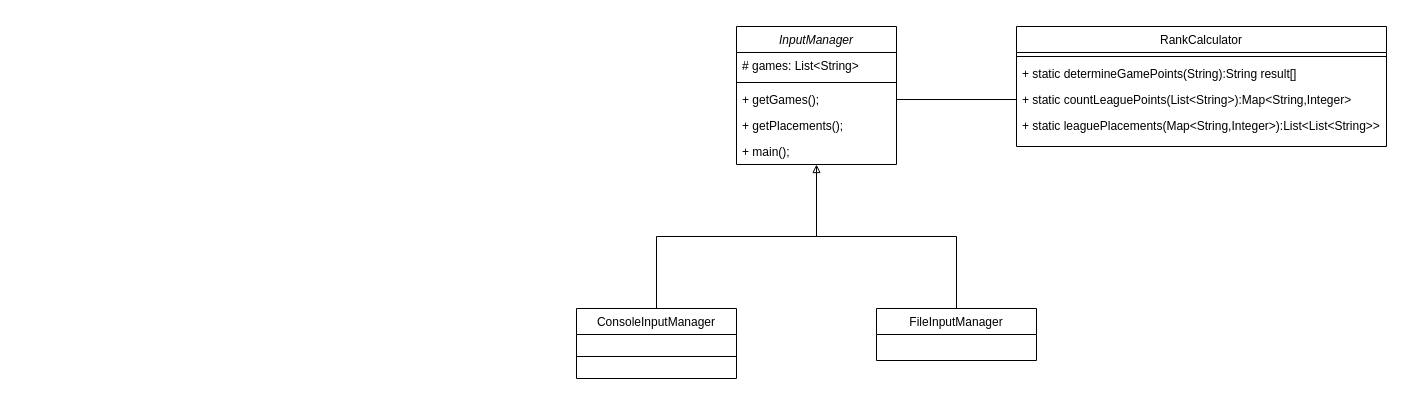
The draw.io diagram ClassDiagram.drawio in ElGamerBroChris/SPAN_INTERVIEW, before the edit. Source tidied: cells renumbered, new cells numbered last; positions are measured from the earlier drawing's top-left corner, leaving out a move shared by most shapes. Both pictures are drawn from the tidied source at 100%, with x=0, y=0 at pixel (576, 26).
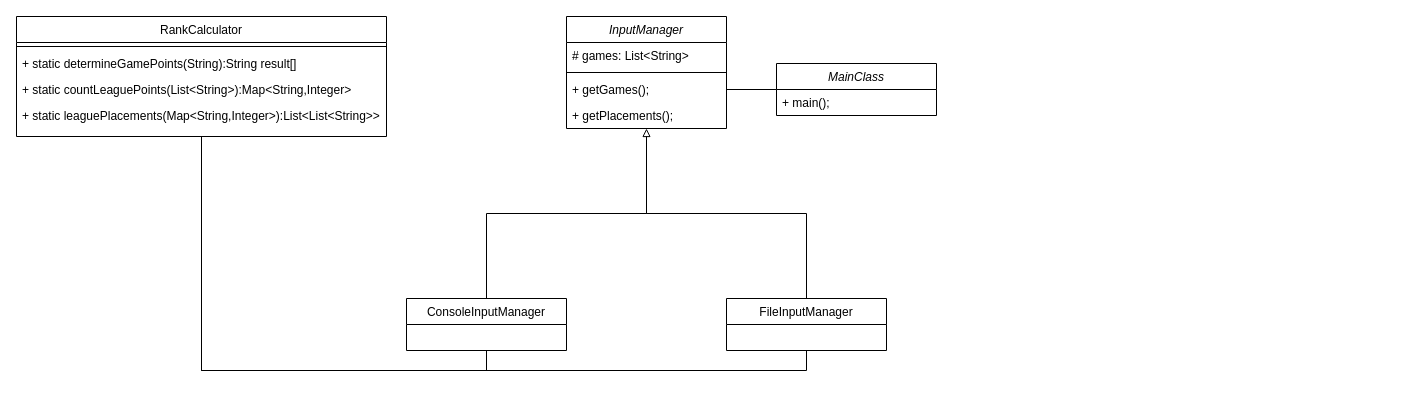
Above is the later version.

Unchanged cells that the change refers to:
```xml
<mxCell id="5" value="+ getGames();" style="text;align=left;verticalAlign=top;spacingLeft=4;spacingRight=4;overflow=hidden;points=[[0,0.5],[1,0.5]];portConstraint=eastwest;" parent="2" vertex="1">
  <mxGeometry y="60" width="160" height="26" as="geometry" />
</mxCell>
<mxCell id="16" value="+ static countLeaguePoints(List&lt;String&gt;):Map&lt;String,Integer&gt;" style="text;align=left;verticalAlign=top;spacingLeft=4;spacingRight=4;overflow=hidden;points=[[0,0.5],[1,0.5]];portConstraint=eastwest;" parent="13" vertex="1">
  <mxGeometry y="60" width="370" height="26" as="geometry" />
</mxCell>
```

Change to the diagram source:
```diff
@@
     <mxCell id="2" value="InputManager" style="swimlane;fontStyle=2;align=center;verticalAlign=top;horizontal=1;startSize=26;rounded=0;shadow=0;strokeWidth=1;" parent="1" vertex="1">
-      <mxGeometry x="160" width="160" height="138" as="geometry" />
+      <mxGeometry x="-10" y="-10" width="160" height="112" as="geometry" />
     </mxCell>
@@
-    <mxCell id="7" value="+ main();" style="text;align=left;verticalAlign=top;spacingLeft=4;spacingRight=4;overflow=hidden;" parent="2" vertex="1">
-      <mxGeometry y="112" width="160" height="26" as="geometry" />
-    </mxCell>
@@
     <mxCell id="9" value="ConsoleInputManager" style="swimlane;fontStyle=0;align=center;verticalAlign=top;horizontal=1;startSize=26;rounded=0;shadow=0;strokeWidth=1;" parent="1" vertex="1">
-      <mxGeometry y="282" width="160" height="70" as="geometry" />
+      <mxGeometry x="-170" y="272" width="160" height="52" as="geometry" />
     </mxCell>
-    <mxCell id="10" style="line;html=1;strokeWidth=1;align=left;verticalAlign=middle;spacingTop=-1;spacingLeft=3;spacingRight=3;labelPosition=right;" parent="9" vertex="1">
-      <mxGeometry y="26" width="160" height="44" as="geometry" />
-    </mxCell>
-    <mxCell id="11" style="edgeStyle=orthogonalEdgeStyle;rounded=0;jettySize=auto;html=1;exitX=0.5;exitY=0;exitDx=0;exitDy=0;endArrow=none;endFill=0;" parent="1" edge="1" source="12">
-      <mxGeometry relative="1" as="geometry">
-        <mxPoint x="240" y="140" as="targetPoint" />
-        <Array as="points">
-          <mxPoint x="380" y="210" />
-          <mxPoint x="240" y="210" />
-        </Array>
-      </mxGeometry>
-    </mxCell>
+    <mxCell id="19" style="edgeStyle=orthogonalEdgeStyle;rounded=0;jettySize=auto;html=1;exitX=0.5;exitY=0;exitDx=0;exitDy=0;endArrow=none;endFill=0;" parent="1" edge="1" source="12">
+      <mxGeometry relative="1" as="geometry">
+        <mxPoint x="70" y="110" as="targetPoint" />
+        <Array as="points">
+          <mxPoint x="230" y="187" />
+          <mxPoint x="70" y="187" />
+        </Array>
+      </mxGeometry>
+    </mxCell>
     <mxCell id="12" value="FileInputManager" style="swimlane;fontStyle=0;align=center;verticalAlign=top;horizontal=1;startSize=26;rounded=0;shadow=0;strokeWidth=1;" parent="1" vertex="1">
-      <mxGeometry x="300" y="282" width="160" height="52" as="geometry" />
+      <mxGeometry x="150" y="272" width="160" height="52" as="geometry" />
     </mxCell>
+    <mxCell id="20" style="edgeStyle=orthogonalEdgeStyle;rounded=0;jettySize=auto;html=1;exitX=0.5;exitY=1;exitDx=0;exitDy=0;entryX=0.5;entryY=1;entryDx=0;entryDy=0;endArrow=none;endFill=0;" parent="1" edge="1" source="13" target="9">
+      <mxGeometry relative="1" as="geometry" />
+    </mxCell>
+    <mxCell id="21" style="edgeStyle=orthogonalEdgeStyle;rounded=0;jettySize=auto;html=1;exitX=0.5;exitY=1;exitDx=0;exitDy=0;entryX=0.5;entryY=1;entryDx=0;entryDy=0;endArrow=none;endFill=0;" parent="1" edge="1" source="13" target="12">
+      <mxGeometry relative="1" as="geometry" />
+    </mxCell>
     <mxCell id="13" value="RankCalculator" style="swimlane;fontStyle=0;align=center;verticalAlign=top;horizontal=1;startSize=26;rounded=0;shadow=0;strokeWidth=1;" parent="1" vertex="1">
-      <mxGeometry x="440" width="370" height="120" as="geometry" />
+      <mxGeometry x="-560" y="-10" width="370" height="120" as="geometry" />
     </mxCell>
@@
-    <mxCell id="18" style="edgeStyle=orthogonalEdgeStyle;rounded=0;jettySize=auto;html=1;exitX=0;exitY=0.5;exitDx=0;exitDy=0;entryX=1;entryY=0.5;entryDx=0;entryDy=0;endArrow=none;endFill=0;" parent="1" edge="1" source="16" target="5">
+    <mxCell id="18" style="edgeStyle=orthogonalEdgeStyle;rounded=0;jettySize=auto;html=1;exitX=0;exitY=0.5;exitDx=0;exitDy=0;entryX=1;entryY=0.5;entryDx=0;entryDy=0;endArrow=none;endFill=0;" parent="1" edge="1" source="22" target="5">
       <mxGeometry relative="1" as="geometry" />
     </mxCell>
+    <mxCell id="22" value="MainClass" style="swimlane;fontStyle=2;align=center;verticalAlign=top;horizontal=1;startSize=26;rounded=0;shadow=0;strokeWidth=1;" parent="1" vertex="1">
+      <mxGeometry x="200" y="37" width="160" height="52" as="geometry" />
+    </mxCell>
+    <mxCell id="7" value="+ main();" style="text;align=left;verticalAlign=top;spacingLeft=4;spacingRight=4;overflow=hidden;" parent="22" vertex="1">
+      <mxGeometry y="26" width="160" height="26" as="geometry" />
+    </mxCell>
```
